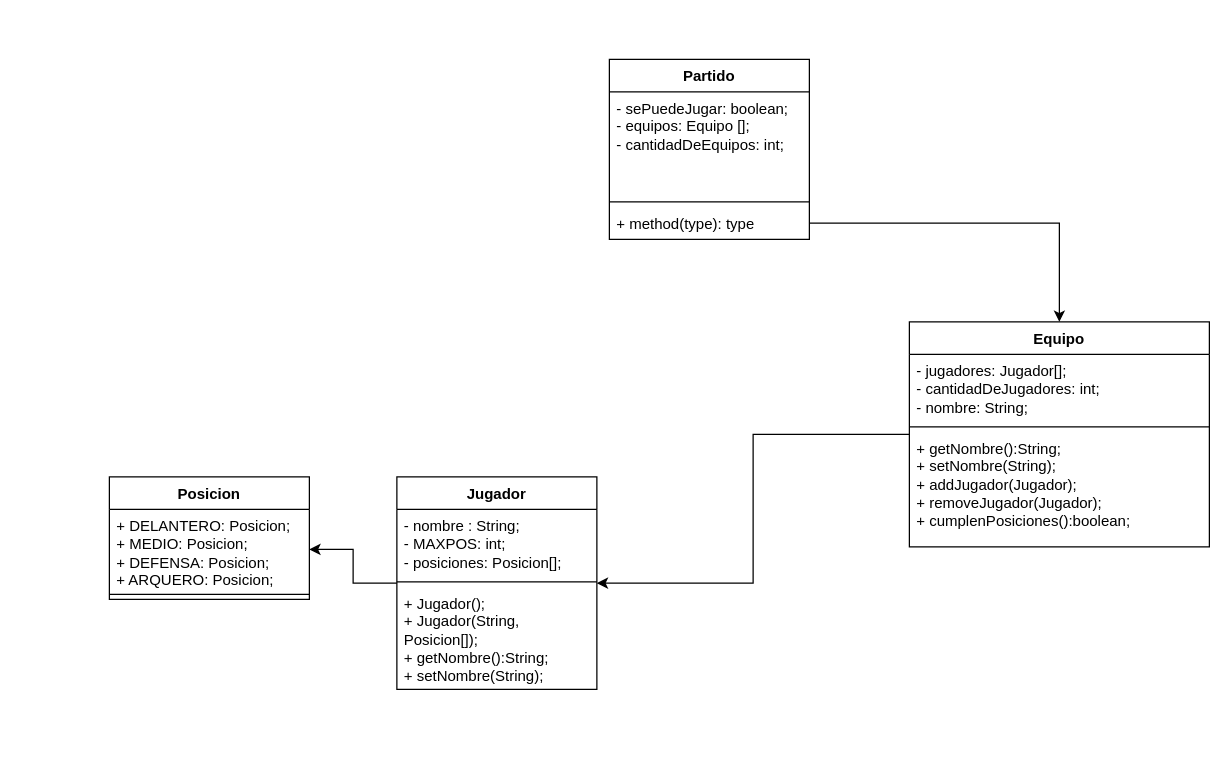
Above: Futbol/SistDeGestionPartidosDeLosJueves.drawio in LucasBudnik/TL2_EXTRA (draw.io), before the change. Source tidied: cells renumbered, new cells numbered last; positions are measured from the earlier drawing's top-left corner, leaving out a move shared by most shapes. Both pictures are drawn from the tidied source at 125%, with x=0, y=0 at pixel (109, 59).
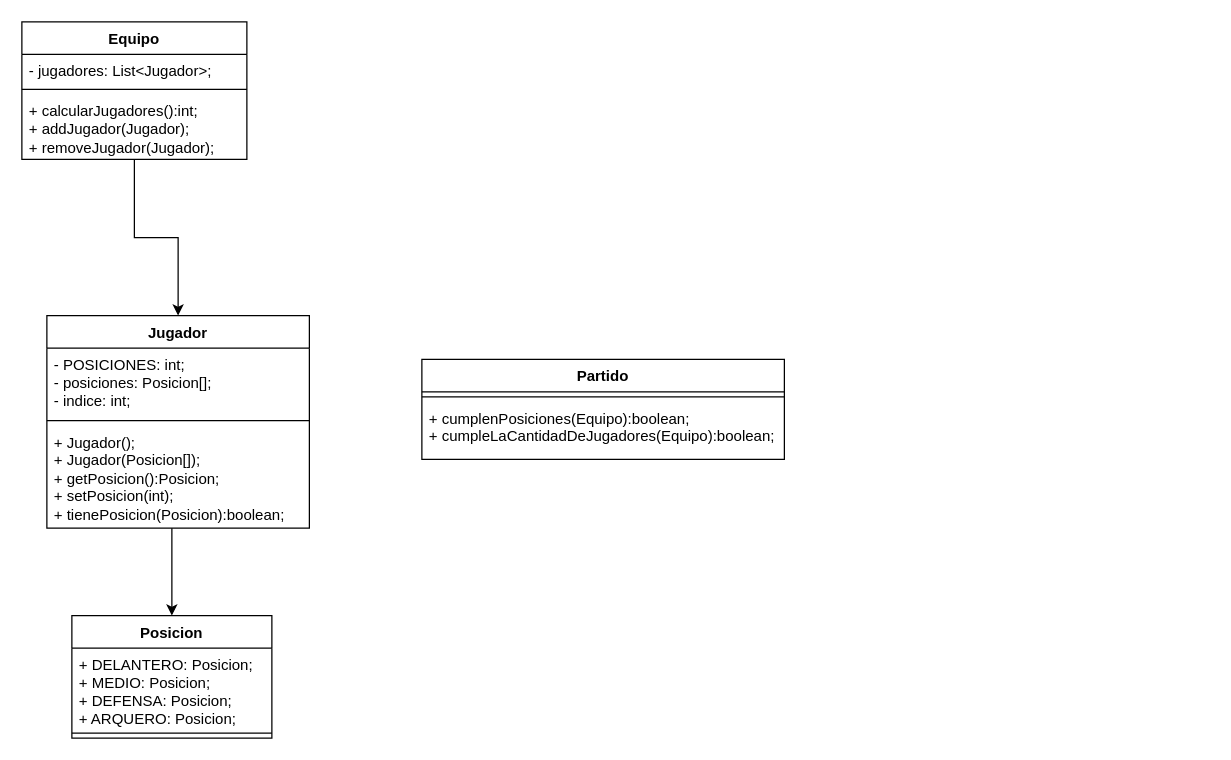
Above is the later version.

The edit, as a diff of the source:
```diff
@@
 <mxGraphModel>
   <root>
     <mxCell id="0" />
     <mxCell id="1" parent="0" />
     <mxCell id="2" value="Partido" style="swimlane;fontStyle=1;align=center;verticalAlign=top;horizontal=1;startSize=26;whiteSpace=wrap;html=1;" parent="1" vertex="1">
-      <mxGeometry x="400" width="160" height="144" as="geometry" />
+      <mxGeometry x="250" y="240" width="290" height="80" as="geometry" />
     </mxCell>
-    <mxCell id="3" value="- sePuedeJugar: boolean;&lt;br&gt;- equipos: Equipo [];&lt;br&gt;- cantidadDeEquipos: int;" style="text;strokeColor=none;fillColor=none;align=left;verticalAlign=top;spacingLeft=4;spacingRight=4;overflow=hidden;whiteSpace=wrap;html=1;" parent="2" vertex="1">
-      <mxGeometry y="26" width="160" height="84" as="geometry" />
-    </mxCell>
     <mxCell id="4" style="line;strokeWidth=1;fillColor=none;align=left;verticalAlign=middle;spacingTop=-1;spacingLeft=3;spacingRight=3;labelPosition=right;strokeColor=inherit;" parent="2" vertex="1">
-      <mxGeometry y="110" width="160" height="8" as="geometry" />
+      <mxGeometry y="26" width="290" height="8" as="geometry" />
     </mxCell>
-    <mxCell id="5" value="+ method(type): type" style="text;strokeColor=none;fillColor=none;align=left;verticalAlign=top;spacingLeft=4;spacingRight=4;overflow=hidden;points=[[0,0.5],[1,0.5]];portConstraint=eastwest;whiteSpace=wrap;html=1;" parent="2" vertex="1">
-      <mxGeometry y="118" width="160" height="26" as="geometry" />
+    <mxCell id="5" value="+ cumplenPosiciones(Equipo):boolean;&lt;br&gt;+ cumpleLaCantidadDeJugadores(Equipo):boolean;" style="text;strokeColor=none;fillColor=none;align=left;verticalAlign=top;spacingLeft=4;spacingRight=4;overflow=hidden;points=[[0,0.5],[1,0.5]];portConstraint=eastwest;whiteSpace=wrap;html=1;" parent="2" vertex="1">
+      <mxGeometry y="34" width="290" height="46" as="geometry" />
     </mxCell>
     <mxCell id="6" style="edgeStyle=orthogonalEdgeStyle;rounded=0;jettySize=auto;html=1;" parent="1" edge="1" source="7" target="12">
       <mxGeometry relative="1" as="geometry" />
     </mxCell>
     <mxCell id="7" value="Equipo" style="swimlane;fontStyle=1;align=center;verticalAlign=top;horizontal=1;startSize=26;whiteSpace=wrap;html=1;" parent="1" vertex="1">
-      <mxGeometry x="640" y="210" width="240" height="180" as="geometry" />
+      <mxGeometry x="-70" y="-30" width="180" height="110" as="geometry" />
     </mxCell>
-    <mxCell id="8" value="- jugadores: Jugador[];&lt;br&gt;- cantidadDeJugadores: int;&lt;br&gt;- nombre: String;" style="text;strokeColor=none;fillColor=none;align=left;verticalAlign=top;spacingLeft=4;spacingRight=4;overflow=hidden;whiteSpace=wrap;html=1;" parent="7" vertex="1">
-      <mxGeometry y="26" width="240" height="54" as="geometry" />
+    <mxCell id="8" value="- jugadores: List&amp;lt;Jugador&amp;gt;;" style="text;strokeColor=none;fillColor=none;align=left;verticalAlign=top;spacingLeft=4;spacingRight=4;overflow=hidden;whiteSpace=wrap;html=1;" parent="7" vertex="1">
+      <mxGeometry y="26" width="180" height="24" as="geometry" />
     </mxCell>
     <mxCell id="9" style="line;strokeWidth=1;fillColor=none;align=left;verticalAlign=middle;spacingTop=-1;spacingLeft=3;spacingRight=3;labelPosition=right;strokeColor=inherit;" parent="7" vertex="1">
-      <mxGeometry y="80" width="240" height="8" as="geometry" />
+      <mxGeometry y="50" width="180" height="8" as="geometry" />
     </mxCell>
-    <mxCell id="10" value="+ getNombre():String;&lt;br&gt;+ setNombre(String);&lt;div&gt;+ addJugador(Jugador);&lt;/div&gt;&lt;div&gt;+ removeJugador(Jugador);&lt;/div&gt;&lt;div&gt;+ cumplenPosiciones():boolean;&lt;br&gt;&lt;/div&gt;" style="text;strokeColor=none;fillColor=none;align=left;verticalAlign=top;spacingLeft=4;spacingRight=4;overflow=hidden;whiteSpace=wrap;html=1;" parent="7" vertex="1">
-      <mxGeometry y="88" width="240" height="92" as="geometry" />
+    <mxCell id="10" value="+ calcularJugadores():int;&lt;br&gt;&lt;div&gt;+ addJugador(Jugador);&lt;/div&gt;&lt;div&gt;+ removeJugador(Jugador);&lt;/div&gt;" style="text;strokeColor=none;fillColor=none;align=left;verticalAlign=top;spacingLeft=4;spacingRight=4;overflow=hidden;whiteSpace=wrap;html=1;" parent="7" vertex="1">
+      <mxGeometry y="58" width="180" height="52" as="geometry" />
     </mxCell>
-    <mxCell id="11" style="edgeStyle=orthogonalEdgeStyle;rounded=0;jettySize=auto;html=1;entryX=1;entryY=0.5;entryDx=0;entryDy=0;" parent="1" edge="1" source="12" target="17">
-      <mxGeometry relative="1" as="geometry" />
-    </mxCell>
     <mxCell id="12" value="Jugador" style="swimlane;fontStyle=1;align=center;verticalAlign=top;horizontal=1;startSize=26;whiteSpace=wrap;html=1;" parent="1" vertex="1">
-      <mxGeometry x="230" y="334" width="160" height="170" as="geometry" />
+      <mxGeometry x="-50" y="205" width="210" height="170" as="geometry" />
     </mxCell>
-    <mxCell id="13" value="- nombre : String;&lt;br&gt;- MAXPOS: int;&lt;br&gt;- posiciones: Posicion[];" style="text;strokeColor=none;fillColor=none;align=left;verticalAlign=top;spacingLeft=4;spacingRight=4;overflow=hidden;whiteSpace=wrap;html=1;" parent="12" vertex="1">
-      <mxGeometry y="26" width="160" height="54" as="geometry" />
+    <mxCell id="13" value="- POSICIONES: int;&lt;br&gt;- posiciones: Posicion[];&lt;br&gt;- indice: int;" style="text;strokeColor=none;fillColor=none;align=left;verticalAlign=top;spacingLeft=4;spacingRight=4;overflow=hidden;whiteSpace=wrap;html=1;" parent="12" vertex="1">
+      <mxGeometry y="26" width="210" height="54" as="geometry" />
     </mxCell>
     <mxCell id="14" style="line;strokeWidth=1;fillColor=none;align=left;verticalAlign=middle;spacingTop=-1;spacingLeft=3;spacingRight=3;labelPosition=right;strokeColor=inherit;" parent="12" vertex="1">
-      <mxGeometry y="80" width="160" height="8" as="geometry" />
+      <mxGeometry y="80" width="210" height="8" as="geometry" />
     </mxCell>
-    <mxCell id="15" value="+ Jugador();&lt;br&gt;+ Jugador(String, Posicion[]);&lt;div&gt;+ getNombre():String;&lt;/div&gt;&lt;div&gt;+ setNombre(String);&lt;br&gt;&lt;/div&gt;" style="text;strokeColor=none;fillColor=none;align=left;verticalAlign=top;spacingLeft=4;spacingRight=4;overflow=hidden;points=[[0,0.5],[1,0.5]];portConstraint=eastwest;whiteSpace=wrap;html=1;" parent="12" vertex="1">
-      <mxGeometry y="88" width="160" height="82" as="geometry" />
+    <mxCell id="15" value="+ Jugador();&lt;br&gt;+ Jugador(Posicion[]);&lt;br&gt;+ getPosicion():Posicion;&lt;br&gt;+ setPosicion(int);&lt;br&gt;+ tienePosicion(Posicion):boolean;" style="text;strokeColor=none;fillColor=none;align=left;verticalAlign=top;spacingLeft=4;spacingRight=4;overflow=hidden;points=[[0,0.5],[1,0.5]];portConstraint=eastwest;whiteSpace=wrap;html=1;" parent="12" vertex="1">
+      <mxGeometry y="88" width="210" height="82" as="geometry" />
     </mxCell>
     <mxCell id="16" value="Posicion" style="swimlane;fontStyle=1;align=center;verticalAlign=top;horizontal=1;startSize=26;whiteSpace=wrap;html=1;" parent="1" vertex="1">
-      <mxGeometry y="334" width="160" height="98" as="geometry" />
+      <mxGeometry x="-30" y="445" width="160" height="98" as="geometry" />
     </mxCell>
     <mxCell id="17" value="+ DELANTERO: Posicion;&lt;br&gt;+ MEDIO: Posicion;&lt;br&gt;+ DEFENSA: Posicion;&lt;br&gt;+ ARQUERO: Posicion;" style="text;strokeColor=none;fillColor=none;align=left;verticalAlign=top;spacingLeft=4;spacingRight=4;overflow=hidden;points=[[0,0.5],[1,0.5]];portConstraint=eastwest;whiteSpace=wrap;html=1;" parent="16" vertex="1">
       <mxGeometry y="26" width="160" height="64" as="geometry" />
     </mxCell>
     <mxCell id="18" style="line;strokeWidth=1;fillColor=none;align=left;verticalAlign=middle;spacingTop=-1;spacingLeft=3;spacingRight=3;labelPosition=right;strokeColor=inherit;" parent="16" vertex="1">
       <mxGeometry y="90" width="160" height="8" as="geometry" />
     </mxCell>
-    <mxCell id="19" style="edgeStyle=orthogonalEdgeStyle;rounded=0;jettySize=auto;html=1;entryX=0.5;entryY=0;entryDx=0;entryDy=0;" parent="1" edge="1" source="5" target="7">
-      <mxGeometry relative="1" as="geometry" />
-    </mxCell>
+    <mxCell id="20" style="edgeStyle=orthogonalEdgeStyle;rounded=0;jettySize=auto;html=1;entryX=0.5;entryY=0;entryDx=0;entryDy=0;" parent="1" edge="1" source="15" target="16">
+      <mxGeometry relative="1" as="geometry">
+        <Array as="points">
+          <mxPoint x="50" y="385" />
+          <mxPoint x="50" y="385" />
+        </Array>
+      </mxGeometry>
+    </mxCell>
   </root>
 </mxGraphModel>
```
